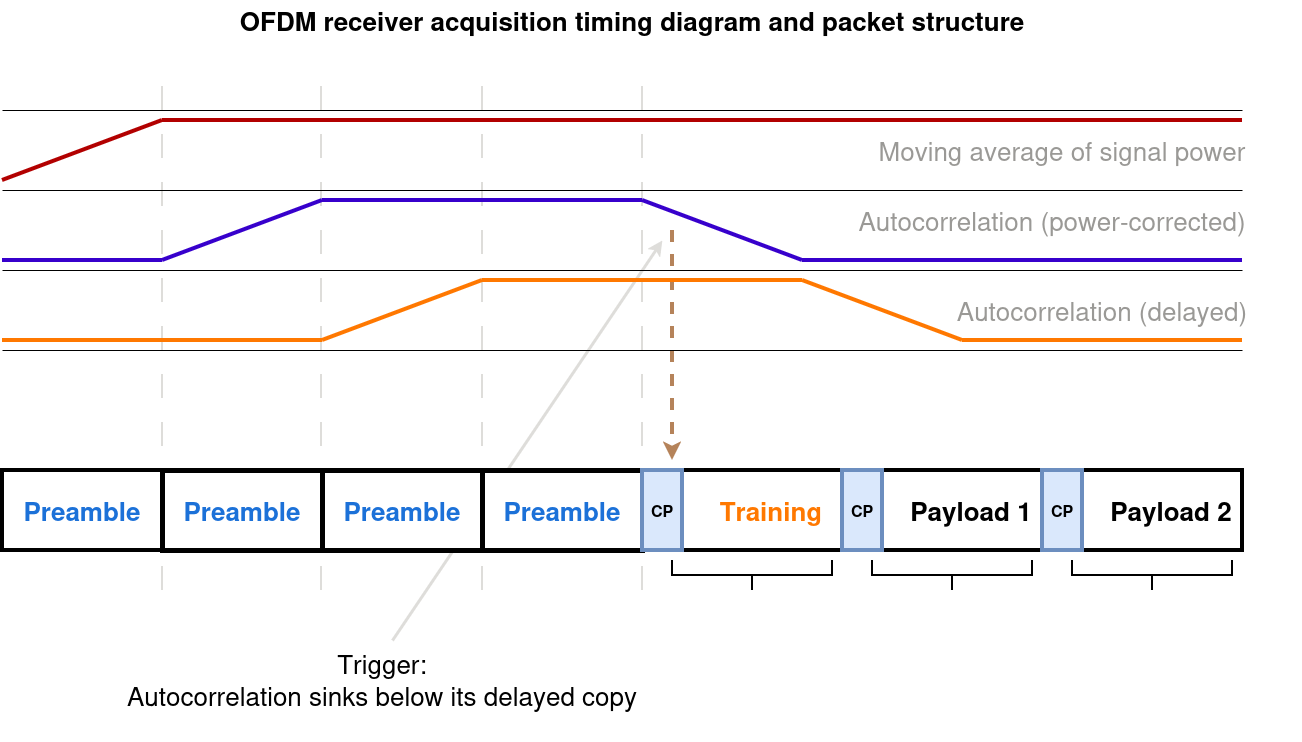
The draw.io diagram os/doc/ofdmtiming.png in szoftveres/RF_instruments, before a commit. Source tidied: cells renumbered, new cells last; positions are measured from the earlier drawing's top-left corner, leaving out a move shared by most shapes. Source of this version:
```xml
<mxGraphModel>
  <root>
    <mxCell id="0" />
    <mxCell id="1" parent="0" />
    <mxCell id="2" style="endArrow=classic;html=1;rounded=0;strokeWidth=3;strokeColor=light-dark(#deddda, #ededed);" parent="1" edge="1">
      <mxGeometry relative="1" as="geometry">
        <mxPoint x="390" y="640" as="sourcePoint" />
        <mxPoint x="660" y="240" as="targetPoint" />
      </mxGeometry>
    </mxCell>
    <mxCell id="3" style="endArrow=none;html=1;rounded=0;fillColor=#fad9d5;strokeColor=light-dark(#deddda, #ec8f82);strokeWidth=2;dashed=1;dashPattern=12 12;" parent="1" edge="1">
      <mxGeometry relative="1" as="geometry">
        <mxPoint x="319" y="590" as="sourcePoint" />
        <mxPoint x="319" y="70" as="targetPoint" />
      </mxGeometry>
    </mxCell>
    <mxCell id="4" style="endArrow=none;html=1;rounded=0;fillColor=#fad9d5;strokeColor=light-dark(#deddda, #ec8f82);strokeWidth=2;dashed=1;dashPattern=12 12;" parent="1" edge="1">
      <mxGeometry relative="1" as="geometry">
        <mxPoint x="640" y="590" as="sourcePoint" />
        <mxPoint x="640" y="70" as="targetPoint" />
      </mxGeometry>
    </mxCell>
    <mxCell id="5" style="endArrow=none;html=1;rounded=0;fillColor=#fad9d5;strokeColor=light-dark(#deddda, #ec8f82);strokeWidth=2;dashed=1;dashPattern=12 12;" parent="1" edge="1">
      <mxGeometry relative="1" as="geometry">
        <mxPoint x="480" y="590" as="sourcePoint" />
        <mxPoint x="480" y="70" as="targetPoint" />
      </mxGeometry>
    </mxCell>
    <mxCell id="6" style="endArrow=none;html=1;rounded=0;fillColor=#fad9d5;strokeColor=light-dark(#deddda, #ec8f82);strokeWidth=2;dashed=1;dashPattern=12 12;" parent="1" edge="1">
      <mxGeometry relative="1" as="geometry">
        <mxPoint x="160" y="590" as="sourcePoint" />
        <mxPoint x="160" y="70" as="targetPoint" />
      </mxGeometry>
    </mxCell>
    <mxCell id="7" value="&lt;font style=&quot;font-size: 26px; color: light-dark(rgb(28, 113, 216), rgb(237, 237, 237));&quot;&gt;&lt;b&gt;Preamble&lt;/b&gt;&lt;/font&gt;" style="rounded=0;whiteSpace=wrap;html=1;strokeWidth=4;" parent="1" vertex="1">
      <mxGeometry y="470" width="160" height="80" as="geometry" />
    </mxCell>
    <mxCell id="8" value="&lt;font style=&quot;font-size: 26px; color: light-dark(rgb(28, 113, 216), rgb(237, 237, 237));&quot;&gt;&lt;b&gt;Preamble&lt;/b&gt;&lt;/font&gt;" style="rounded=0;whiteSpace=wrap;html=1;strokeWidth=5;" parent="1" vertex="1">
      <mxGeometry x="160" y="470" width="160" height="80" as="geometry" />
    </mxCell>
    <mxCell id="9" value="&lt;font style=&quot;font-size: 26px; color: light-dark(rgb(28, 113, 216), rgb(237, 237, 237));&quot;&gt;&lt;b&gt;Preamble&lt;/b&gt;&lt;/font&gt;" style="rounded=0;whiteSpace=wrap;html=1;strokeWidth=5;" parent="1" vertex="1">
      <mxGeometry x="320" y="470" width="160" height="80" as="geometry" />
    </mxCell>
    <mxCell id="10" value="&lt;font style=&quot;font-size: 26px; color: light-dark(rgb(28, 113, 216), rgb(237, 237, 237));&quot;&gt;&lt;b&gt;Preamble&lt;/b&gt;&lt;/font&gt;" style="rounded=0;whiteSpace=wrap;html=1;strokeWidth=5;" parent="1" vertex="1">
      <mxGeometry x="480" y="470" width="160" height="80" as="geometry" />
    </mxCell>
    <mxCell id="11" value="&lt;font style=&quot;font-size: 26px; color: light-dark(rgb(255, 120, 0), rgb(237, 237, 237));&quot;&gt;&lt;b&gt;&amp;nbsp; &amp;nbsp; &amp;nbsp; &amp;nbsp; Training&lt;/b&gt;&lt;/font&gt;" style="rounded=0;whiteSpace=wrap;html=1;strokeWidth=4;" parent="1" vertex="1">
      <mxGeometry x="640" y="470" width="200" height="80" as="geometry" />
    </mxCell>
    <mxCell id="12" value="&lt;b&gt;&lt;font style=&quot;font-size: 16px;&quot;&gt;CP&lt;/font&gt;&lt;/b&gt;" style="rounded=0;whiteSpace=wrap;html=1;strokeWidth=4;fillColor=#dae8fc;strokeColor=#6c8ebf;" parent="1" vertex="1">
      <mxGeometry x="640" y="470" width="40" height="80" as="geometry" />
    </mxCell>
    <mxCell id="13" style="endArrow=classic;html=1;rounded=0;strokeWidth=4;dashed=1;strokeColor=light-dark(#b5835a, #ededed);" parent="1" edge="1">
      <mxGeometry relative="1" as="geometry">
        <mxPoint x="670" y="230" as="sourcePoint" />
        <mxPoint x="670" y="460" as="targetPoint" />
      </mxGeometry>
    </mxCell>
    <mxCell id="14" value="&lt;font style=&quot;font-size: 26px;&quot;&gt;&lt;b&gt;&amp;nbsp; &amp;nbsp; &amp;nbsp; &amp;nbsp; Payload 1&lt;/b&gt;&lt;/font&gt;" style="rounded=0;whiteSpace=wrap;html=1;strokeWidth=4;" parent="1" vertex="1">
      <mxGeometry x="840" y="470" width="200" height="80" as="geometry" />
    </mxCell>
    <mxCell id="15" value="&lt;b&gt;&lt;font style=&quot;font-size: 16px;&quot;&gt;CP&lt;/font&gt;&lt;/b&gt;" style="rounded=0;whiteSpace=wrap;html=1;strokeWidth=4;fillColor=#dae8fc;strokeColor=#6c8ebf;" parent="1" vertex="1">
      <mxGeometry x="840" y="470" width="40" height="80" as="geometry" />
    </mxCell>
    <mxCell id="16" value="&lt;font style=&quot;font-size: 26px;&quot;&gt;&lt;b&gt;&amp;nbsp; &amp;nbsp; &amp;nbsp; &amp;nbsp; Payload 2&lt;/b&gt;&lt;/font&gt;" style="rounded=0;whiteSpace=wrap;html=1;strokeWidth=4;" parent="1" vertex="1">
      <mxGeometry x="1040" y="470" width="200" height="80" as="geometry" />
    </mxCell>
    <mxCell id="17" value="&lt;b&gt;&lt;font style=&quot;font-size: 16px;&quot;&gt;CP&lt;/font&gt;&lt;/b&gt;" style="rounded=0;whiteSpace=wrap;html=1;strokeWidth=4;fillColor=#dae8fc;strokeColor=#6c8ebf;" parent="1" vertex="1">
      <mxGeometry x="1040" y="470" width="40" height="80" as="geometry" />
    </mxCell>
    <mxCell id="18" style="endArrow=none;html=1;rounded=0;" parent="1" edge="1">
      <mxGeometry relative="1" as="geometry">
        <mxPoint y="350" as="sourcePoint" />
        <mxPoint x="1240" y="350" as="targetPoint" />
      </mxGeometry>
    </mxCell>
    <mxCell id="19" style="endArrow=none;html=1;rounded=0;" parent="1" edge="1">
      <mxGeometry relative="1" as="geometry">
        <mxPoint y="270" as="sourcePoint" />
        <mxPoint x="1240" y="270" as="targetPoint" />
      </mxGeometry>
    </mxCell>
    <mxCell id="20" style="endArrow=none;html=1;rounded=0;" parent="1" edge="1">
      <mxGeometry relative="1" as="geometry">
        <mxPoint y="190" as="sourcePoint" />
        <mxPoint x="1240" y="190" as="targetPoint" />
      </mxGeometry>
    </mxCell>
    <mxCell id="21" style="endArrow=none;html=1;rounded=0;" parent="1" edge="1">
      <mxGeometry relative="1" as="geometry">
        <mxPoint y="110" as="sourcePoint" />
        <mxPoint x="1240" y="110" as="targetPoint" />
      </mxGeometry>
    </mxCell>
    <mxCell id="22" style="endArrow=none;html=1;rounded=0;strokeWidth=4;fillColor=#e51400;strokeColor=#B20000;" parent="1" edge="1">
      <mxGeometry relative="1" as="geometry">
        <mxPoint y="180" as="sourcePoint" />
        <mxPoint x="160" y="120" as="targetPoint" />
      </mxGeometry>
    </mxCell>
    <mxCell id="23" style="endArrow=none;html=1;rounded=0;strokeWidth=4;fillColor=#e51400;strokeColor=#B20000;" parent="1" edge="1">
      <mxGeometry relative="1" as="geometry">
        <mxPoint x="160" y="120" as="sourcePoint" />
        <mxPoint x="1240" y="120" as="targetPoint" />
      </mxGeometry>
    </mxCell>
    <mxCell id="24" style="endArrow=none;html=1;rounded=0;strokeWidth=4;fillColor=#6a00ff;strokeColor=#3700CC;" parent="1" edge="1">
      <mxGeometry relative="1" as="geometry">
        <mxPoint x="160" y="260" as="sourcePoint" />
        <mxPoint x="320" y="200" as="targetPoint" />
      </mxGeometry>
    </mxCell>
    <mxCell id="25" value="&lt;font style=&quot;font-size: 26px; color: light-dark(rgb(154, 153, 150), rgb(237, 237, 237));&quot;&gt;Moving average of signal power&lt;/font&gt;" style="text;html=1;whiteSpace=wrap;strokeColor=none;fillColor=none;align=center;verticalAlign=middle;rounded=0;" parent="1" vertex="1">
      <mxGeometry x="830" y="130" width="460" height="40" as="geometry" />
    </mxCell>
    <mxCell id="26" style="endArrow=none;html=1;rounded=0;strokeWidth=4;fillColor=#6a00ff;strokeColor=#3700CC;" parent="1" edge="1">
      <mxGeometry relative="1" as="geometry">
        <mxPoint x="320" y="200" as="sourcePoint" />
        <mxPoint x="640" y="200" as="targetPoint" />
      </mxGeometry>
    </mxCell>
    <mxCell id="27" style="endArrow=none;html=1;rounded=0;strokeWidth=4;fillColor=#6a00ff;strokeColor=#3700CC;" parent="1" edge="1">
      <mxGeometry relative="1" as="geometry">
        <mxPoint y="260" as="sourcePoint" />
        <mxPoint x="160" y="260" as="targetPoint" />
      </mxGeometry>
    </mxCell>
    <mxCell id="28" style="endArrow=none;html=1;rounded=0;strokeWidth=4;fillColor=#6a00ff;strokeColor=#3700CC;" parent="1" edge="1">
      <mxGeometry relative="1" as="geometry">
        <mxPoint x="640" y="200" as="sourcePoint" />
        <mxPoint x="800" y="260" as="targetPoint" />
      </mxGeometry>
    </mxCell>
    <mxCell id="29" style="endArrow=none;html=1;rounded=0;strokeWidth=4;fillColor=#6a00ff;strokeColor=#3700CC;" parent="1" edge="1">
      <mxGeometry relative="1" as="geometry">
        <mxPoint x="800" y="260" as="sourcePoint" />
        <mxPoint x="1240" y="260" as="targetPoint" />
      </mxGeometry>
    </mxCell>
    <mxCell id="30" value="&lt;font style=&quot;font-size: 26px; color: light-dark(rgb(154, 153, 150), rgb(237, 237, 237));&quot;&gt;Autocorrelation (power-corrected)&lt;/font&gt;" style="text;html=1;whiteSpace=wrap;strokeColor=none;fillColor=none;align=center;verticalAlign=middle;rounded=0;" parent="1" vertex="1">
      <mxGeometry x="850" y="200" width="400" height="40" as="geometry" />
    </mxCell>
    <mxCell id="31" style="endArrow=none;html=1;rounded=0;strokeWidth=4;fillColor=#6a00ff;strokeColor=light-dark(#ff7800, #efc0ff);" parent="1" edge="1">
      <mxGeometry relative="1" as="geometry">
        <mxPoint y="340" as="sourcePoint" />
        <mxPoint x="320" y="340" as="targetPoint" />
      </mxGeometry>
    </mxCell>
    <mxCell id="32" style="endArrow=none;html=1;rounded=0;strokeWidth=4;fillColor=#6a00ff;strokeColor=light-dark(#ff7800, #efc0ff);" parent="1" edge="1">
      <mxGeometry relative="1" as="geometry">
        <mxPoint x="320" y="340" as="sourcePoint" />
        <mxPoint x="480" y="280" as="targetPoint" />
      </mxGeometry>
    </mxCell>
    <mxCell id="33" style="endArrow=none;html=1;rounded=0;strokeWidth=4;fillColor=#6a00ff;strokeColor=light-dark(#ff7800, #efc0ff);" parent="1" edge="1">
      <mxGeometry relative="1" as="geometry">
        <mxPoint x="480" y="280" as="sourcePoint" />
        <mxPoint x="800" y="280" as="targetPoint" />
      </mxGeometry>
    </mxCell>
    <mxCell id="34" style="endArrow=none;html=1;rounded=0;strokeWidth=4;fillColor=#6a00ff;strokeColor=light-dark(#ff7800, #efc0ff);" parent="1" edge="1">
      <mxGeometry relative="1" as="geometry">
        <mxPoint x="800" y="280" as="sourcePoint" />
        <mxPoint x="960" y="340" as="targetPoint" />
      </mxGeometry>
    </mxCell>
    <mxCell id="35" style="endArrow=none;html=1;rounded=0;strokeWidth=4;fillColor=#6a00ff;strokeColor=light-dark(#ff7800, #efc0ff);" parent="1" edge="1">
      <mxGeometry relative="1" as="geometry">
        <mxPoint x="960" y="340" as="sourcePoint" />
        <mxPoint x="1240" y="340" as="targetPoint" />
      </mxGeometry>
    </mxCell>
    <mxCell id="36" value="&lt;div&gt;&lt;font style=&quot;font-size: 26px;&quot;&gt;Trigger:&lt;/font&gt;&lt;/div&gt;&lt;div&gt;&lt;font style=&quot;font-size: 26px;&quot;&gt;Autocorrelation sinks below its delayed copy&lt;/font&gt;&lt;/div&gt;&lt;div&gt;&lt;font style=&quot;font-size: 26px;&quot;&gt;&lt;br&gt;&lt;/font&gt;&lt;/div&gt;" style="text;html=1;whiteSpace=wrap;strokeColor=none;fillColor=none;align=center;verticalAlign=middle;rounded=0;" parent="1" vertex="1">
      <mxGeometry x="70" y="670" width="620" height="50" as="geometry" />
    </mxCell>
    <mxCell id="37" value="&lt;font style=&quot;font-size: 26px; color: light-dark(rgb(154, 153, 150), rgb(237, 237, 237));&quot;&gt;Autocorrelation (delayed)&lt;/font&gt;" style="text;html=1;whiteSpace=wrap;strokeColor=none;fillColor=none;align=center;verticalAlign=middle;rounded=0;" parent="1" vertex="1">
      <mxGeometry x="900" y="290" width="400" height="40" as="geometry" />
    </mxCell>
    <mxCell id="38" style="strokeWidth=2;html=1;shape=mxgraph.flowchart.annotation_2;align=left;labelPosition=right;direction=north;" parent="1" vertex="1">
      <mxGeometry x="670" y="560" width="160" height="30" as="geometry" />
    </mxCell>
    <mxCell id="39" style="strokeWidth=2;html=1;shape=mxgraph.flowchart.annotation_2;align=left;labelPosition=right;direction=north;" parent="1" vertex="1">
      <mxGeometry x="870" y="560" width="160" height="30" as="geometry" />
    </mxCell>
    <mxCell id="40" style="strokeWidth=2;html=1;shape=mxgraph.flowchart.annotation_2;align=left;labelPosition=right;direction=north;" parent="1" vertex="1">
      <mxGeometry x="1070" y="560" width="160" height="30" as="geometry" />
    </mxCell>
    <mxCell id="41" value="&lt;font style=&quot;font-size: 26px;&quot;&gt;&lt;b&gt;OFDM receiver acquisition timing diagram and packet structure&lt;/b&gt;&lt;/font&gt;" style="text;html=1;whiteSpace=wrap;strokeColor=none;fillColor=none;align=center;verticalAlign=middle;rounded=0;" parent="1" vertex="1">
      <mxGeometry x="190" width="880" height="40" as="geometry" />
    </mxCell>
  </root>
</mxGraphModel>
```
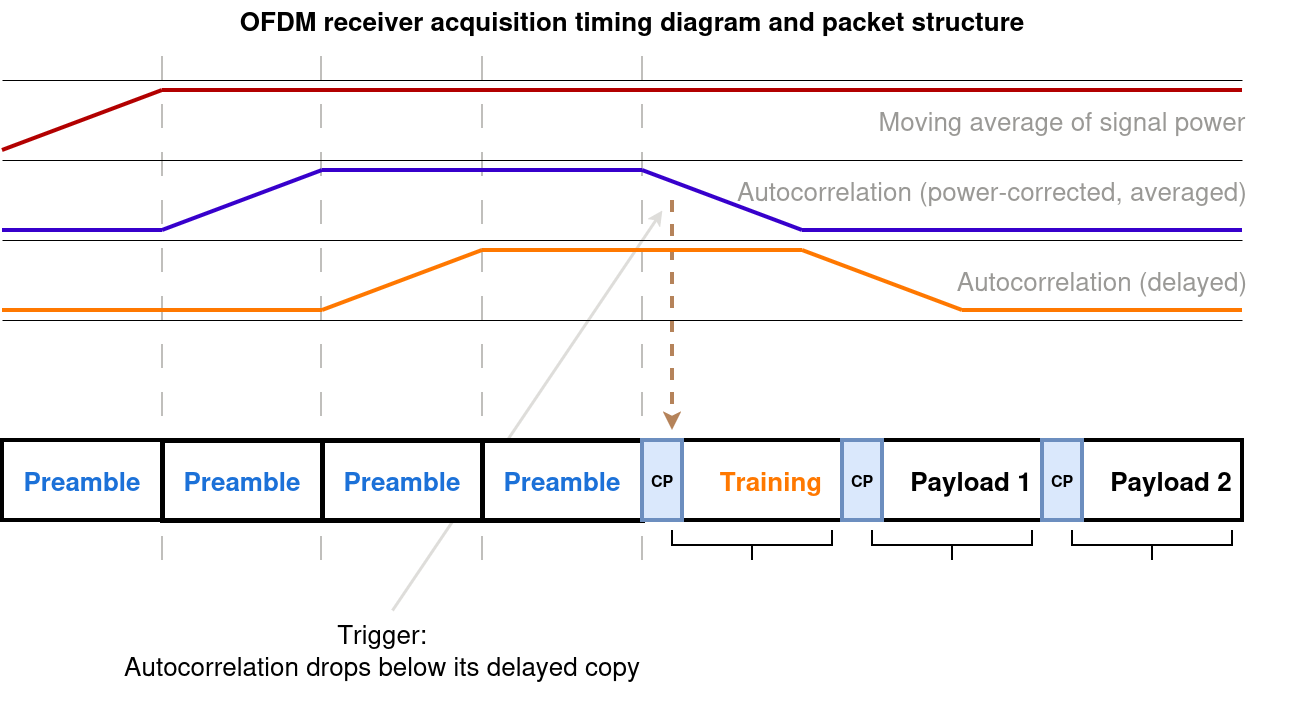
After the change.

The edit, as a diff of the source:
```diff
@@ -8,25 +8,25 @@
         <mxPoint x="660" y="240" as="targetPoint" />
       </mxGeometry>
     </mxCell>
-    <mxCell id="3" style="endArrow=none;html=1;rounded=0;fillColor=#fad9d5;strokeColor=light-dark(#deddda, #ec8f82);strokeWidth=2;dashed=1;dashPattern=12 12;" parent="1" edge="1">
+    <mxCell id="3" style="endArrow=none;html=1;rounded=0;fillColor=#fad9d5;strokeColor=light-dark(#c0bfbc, #ec8f82);strokeWidth=2;dashed=1;dashPattern=12 12;" parent="1" edge="1">
       <mxGeometry relative="1" as="geometry">
         <mxPoint x="319" y="590" as="sourcePoint" />
         <mxPoint x="319" y="70" as="targetPoint" />
       </mxGeometry>
     </mxCell>
-    <mxCell id="4" style="endArrow=none;html=1;rounded=0;fillColor=#fad9d5;strokeColor=light-dark(#deddda, #ec8f82);strokeWidth=2;dashed=1;dashPattern=12 12;" parent="1" edge="1">
+    <mxCell id="4" style="endArrow=none;html=1;rounded=0;fillColor=#fad9d5;strokeColor=light-dark(#c0bfbc, #ec8f82);strokeWidth=2;dashed=1;dashPattern=12 12;" parent="1" edge="1">
       <mxGeometry relative="1" as="geometry">
         <mxPoint x="640" y="590" as="sourcePoint" />
         <mxPoint x="640" y="70" as="targetPoint" />
       </mxGeometry>
     </mxCell>
-    <mxCell id="5" style="endArrow=none;html=1;rounded=0;fillColor=#fad9d5;strokeColor=light-dark(#deddda, #ec8f82);strokeWidth=2;dashed=1;dashPattern=12 12;" parent="1" edge="1">
+    <mxCell id="5" style="endArrow=none;html=1;rounded=0;fillColor=#fad9d5;strokeColor=light-dark(#c0bfbc, #ec8f82);strokeWidth=2;dashed=1;dashPattern=12 12;" parent="1" edge="1">
       <mxGeometry relative="1" as="geometry">
         <mxPoint x="480" y="590" as="sourcePoint" />
         <mxPoint x="480" y="70" as="targetPoint" />
       </mxGeometry>
     </mxCell>
-    <mxCell id="6" style="endArrow=none;html=1;rounded=0;fillColor=#fad9d5;strokeColor=light-dark(#deddda, #ec8f82);strokeWidth=2;dashed=1;dashPattern=12 12;" parent="1" edge="1">
+    <mxCell id="6" style="endArrow=none;html=1;rounded=0;fillColor=#fad9d5;strokeColor=light-dark(#c0bfbc, #ec8f82);strokeWidth=2;dashed=1;dashPattern=12 12;" parent="1" edge="1">
       <mxGeometry relative="1" as="geometry">
         <mxPoint x="160" y="590" as="sourcePoint" />
         <mxPoint x="160" y="70" as="targetPoint" />
@@ -137,8 +137,8 @@
         <mxPoint x="1240" y="260" as="targetPoint" />
       </mxGeometry>
     </mxCell>
-    <mxCell id="30" value="&lt;font style=&quot;font-size: 26px; color: light-dark(rgb(154, 153, 150), rgb(237, 237, 237));&quot;&gt;Autocorrelation (power-corrected)&lt;/font&gt;" style="text;html=1;whiteSpace=wrap;strokeColor=none;fillColor=none;align=center;verticalAlign=middle;rounded=0;" parent="1" vertex="1">
-      <mxGeometry x="850" y="200" width="400" height="40" as="geometry" />
+    <mxCell id="30" value="&lt;font style=&quot;font-size: 26px; color: light-dark(rgb(154, 153, 150), rgb(237, 237, 237));&quot;&gt;Autocorrelation (power-corrected, averaged)&lt;/font&gt;" style="text;html=1;whiteSpace=wrap;strokeColor=none;fillColor=none;align=center;verticalAlign=middle;rounded=0;" parent="1" vertex="1">
+      <mxGeometry x="730" y="200" width="520" height="40" as="geometry" />
     </mxCell>
     <mxCell id="31" style="endArrow=none;html=1;rounded=0;strokeWidth=4;fillColor=#6a00ff;strokeColor=light-dark(#ff7800, #efc0ff);" parent="1" edge="1">
       <mxGeometry relative="1" as="geometry">
@@ -170,7 +170,7 @@
         <mxPoint x="1240" y="340" as="targetPoint" />
       </mxGeometry>
     </mxCell>
-    <mxCell id="36" value="&lt;div&gt;&lt;font style=&quot;font-size: 26px;&quot;&gt;Trigger:&lt;/font&gt;&lt;/div&gt;&lt;div&gt;&lt;font style=&quot;font-size: 26px;&quot;&gt;Autocorrelation sinks below its delayed copy&lt;/font&gt;&lt;/div&gt;&lt;div&gt;&lt;font style=&quot;font-size: 26px;&quot;&gt;&lt;br&gt;&lt;/font&gt;&lt;/div&gt;" style="text;html=1;whiteSpace=wrap;strokeColor=none;fillColor=none;align=center;verticalAlign=middle;rounded=0;" parent="1" vertex="1">
+    <mxCell id="36" value="&lt;div&gt;&lt;font style=&quot;font-size: 26px;&quot;&gt;Trigger:&lt;/font&gt;&lt;/div&gt;&lt;div&gt;&lt;font style=&quot;font-size: 26px;&quot;&gt;Autocorrelation drops below its delayed copy&lt;/font&gt;&lt;/div&gt;&lt;div&gt;&lt;font style=&quot;font-size: 26px;&quot;&gt;&lt;br&gt;&lt;/font&gt;&lt;/div&gt;" style="text;html=1;whiteSpace=wrap;strokeColor=none;fillColor=none;align=center;verticalAlign=middle;rounded=0;" parent="1" vertex="1">
       <mxGeometry x="70" y="670" width="620" height="50" as="geometry" />
     </mxCell>
     <mxCell id="37" value="&lt;font style=&quot;font-size: 26px; color: light-dark(rgb(154, 153, 150), rgb(237, 237, 237));&quot;&gt;Autocorrelation (delayed)&lt;/font&gt;" style="text;html=1;whiteSpace=wrap;strokeColor=none;fillColor=none;align=center;verticalAlign=middle;rounded=0;" parent="1" vertex="1">
@@ -186,7 +186,7 @@
       <mxGeometry x="1070" y="560" width="160" height="30" as="geometry" />
     </mxCell>
     <mxCell id="41" value="&lt;font style=&quot;font-size: 26px;&quot;&gt;&lt;b&gt;OFDM receiver acquisition timing diagram and packet structure&lt;/b&gt;&lt;/font&gt;" style="text;html=1;whiteSpace=wrap;strokeColor=none;fillColor=none;align=center;verticalAlign=middle;rounded=0;" parent="1" vertex="1">
-      <mxGeometry x="190" width="880" height="40" as="geometry" />
+      <mxGeometry x="190" y="30" width="880" height="40" as="geometry" />
     </mxCell>
   </root>
 </mxGraphModel>
```
